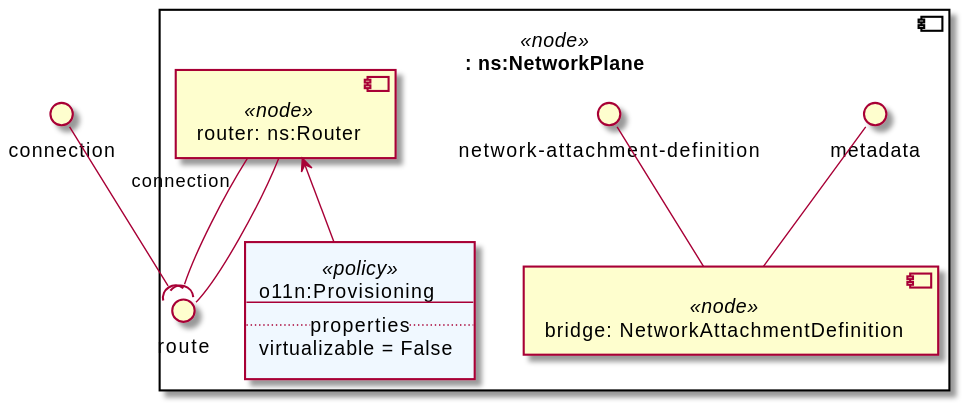
Orange-OpenSource/Cloudnet-TOSCA-toolbox keeps this PlantUML diagram as examples/tosca-community-contributions/diagrams/uml2/examples-1.3-turandot-telephony-network-service-simple-data-plane-simple-data-plane-uml2-component-diagram1.svg. Above is the earlier version.
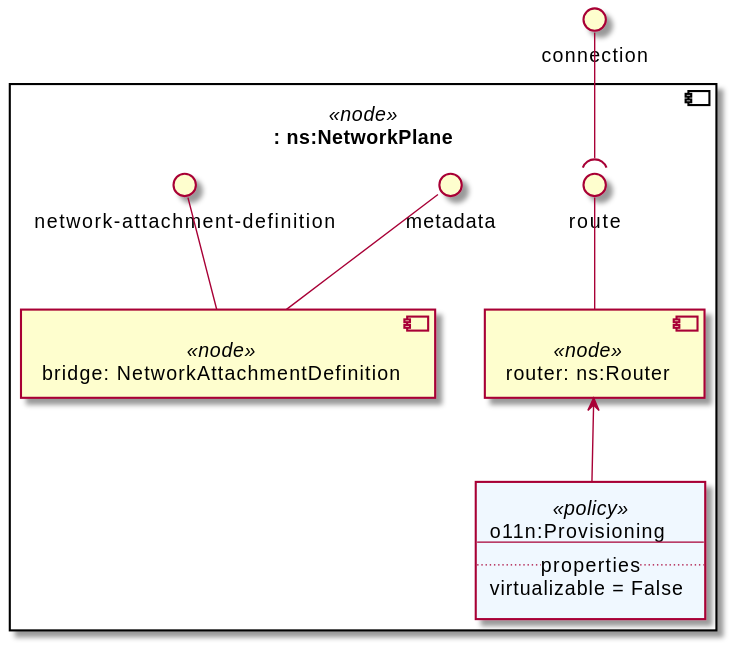
The same diagram one commit later.

The edit, as a diff of the source:
```diff
@@ -13,7 +13,6 @@
 interface "network-attachment-definition" as node_bridge_network_attachment_definition
 node_bridge_network_attachment_definition -- node_bridge
 
-node_router "connection" --( node_router_route
 agent policy_wan <<policy>> #AliceBlue [
 o11n:Provisioning
 ---
```
